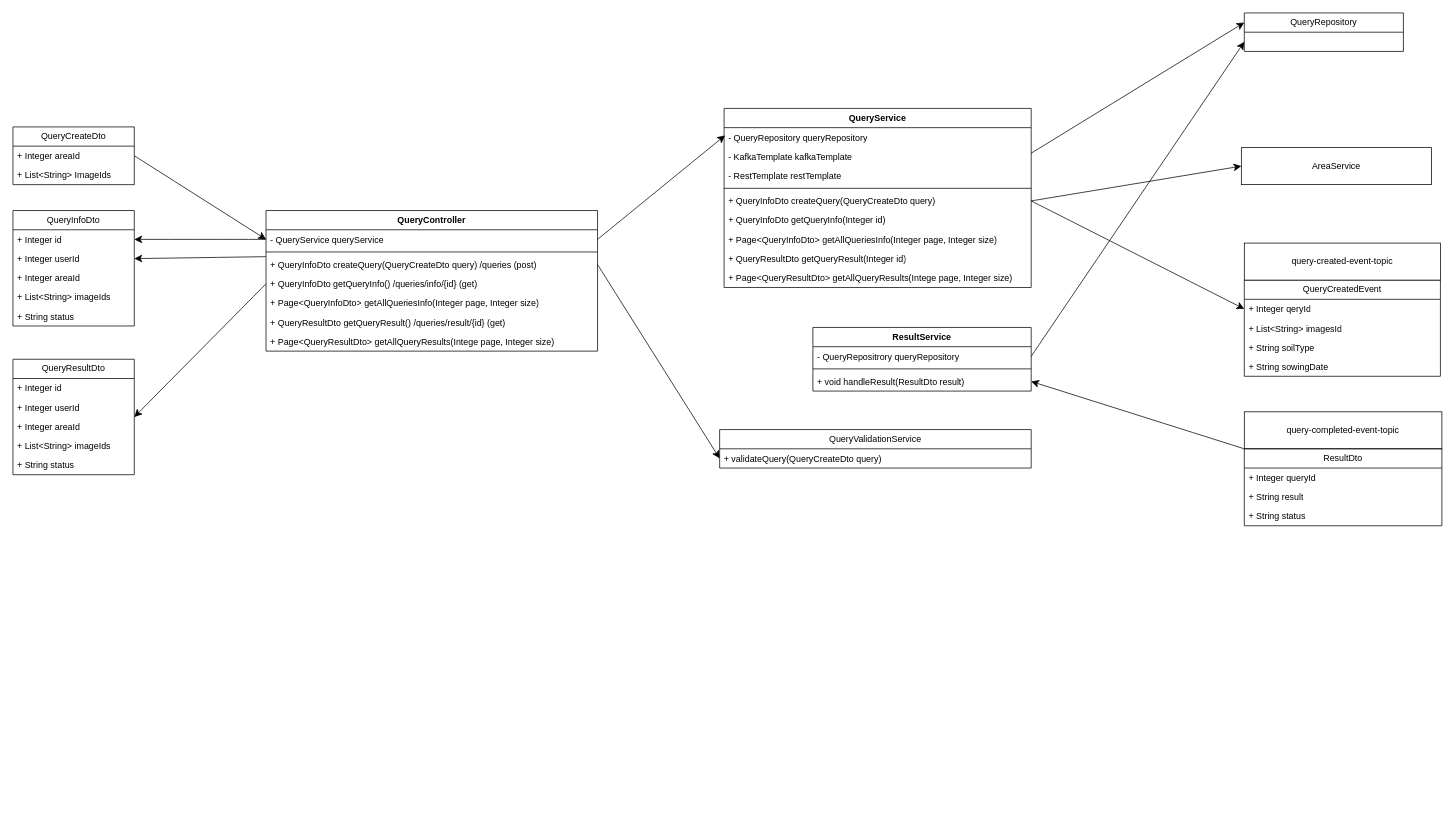
This is page "QueryService" (4 of 4) of projects/accelerator-prototype.drawio from 48-iq/drawIo, a draw.io file, before an edit. Source tidied: cells renumbered, new cells numbered last; positions are measured from the earlier drawing's top-left corner, leaving out a move shared by most shapes. Both pictures are drawn from the tidied source at 74%, with x=0, y=0 at pixel (13, 13).
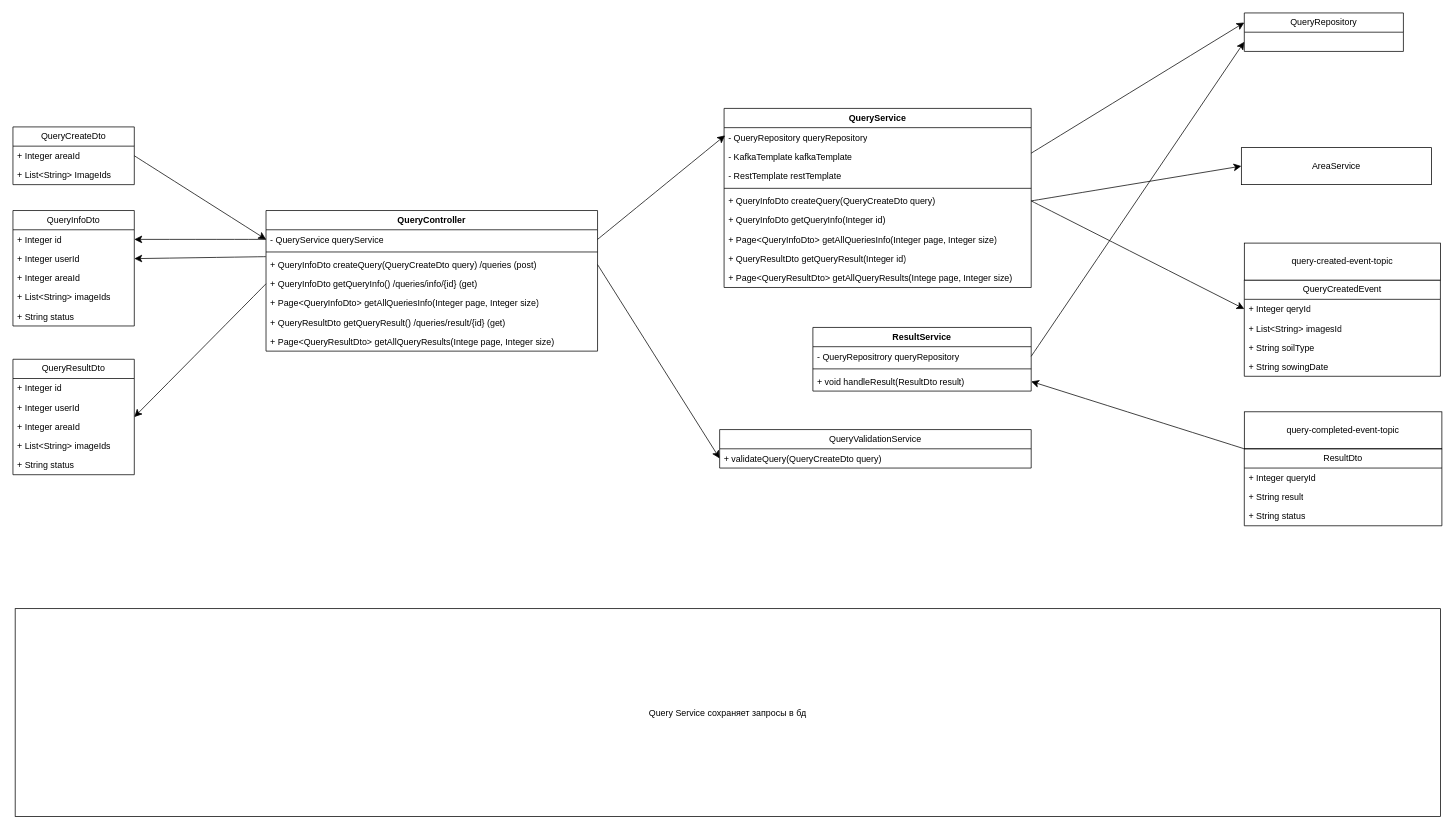
The same page after the edit.

What changed in the source:
```diff
@@
+    <mxCell id="67" value="Query Service сохраняет запросы в бд" style="rounded=0;whiteSpace=wrap;html=1;" parent="1" vertex="1">
+      <mxGeometry x="3" y="805" width="1926" height="281" as="geometry" />
+    </mxCell>
```
